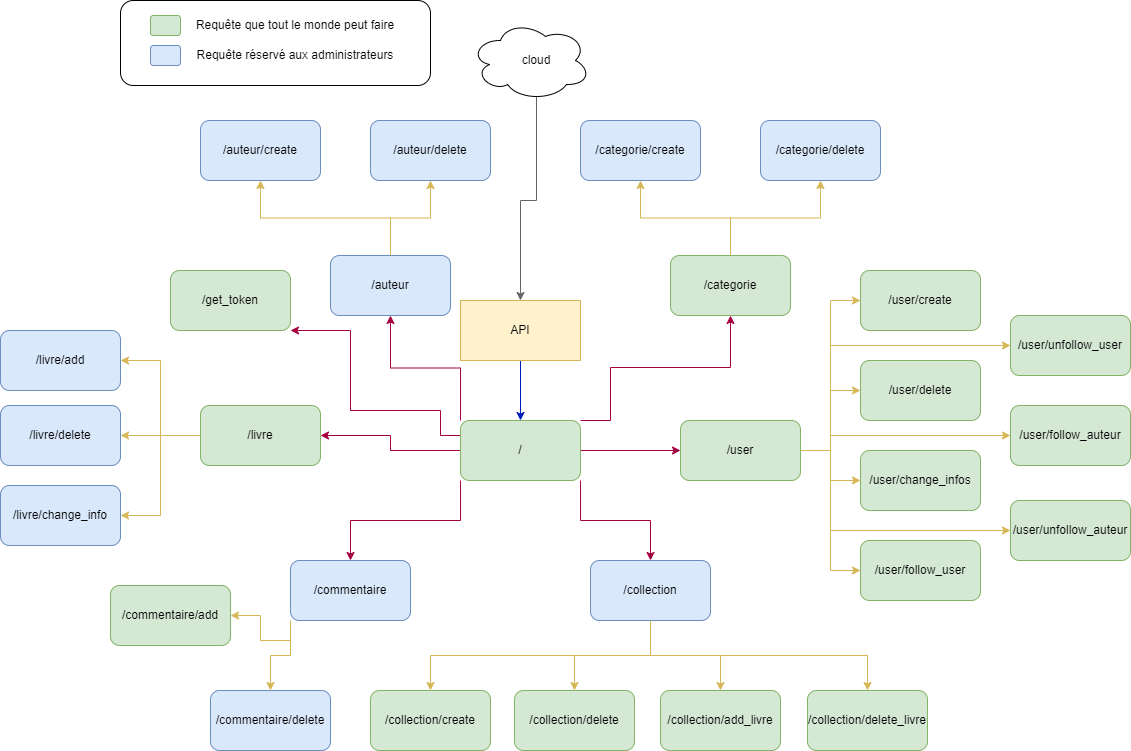
Before: Diagramme_API_Biblio.png, a diagram exported from draw.io (Yann-Fournier/API_Projet_Final_B2). Source tidied: cells renumbered, new cells last; positions are measured from the earlier drawing's top-left corner, leaving out a move shared by most shapes.
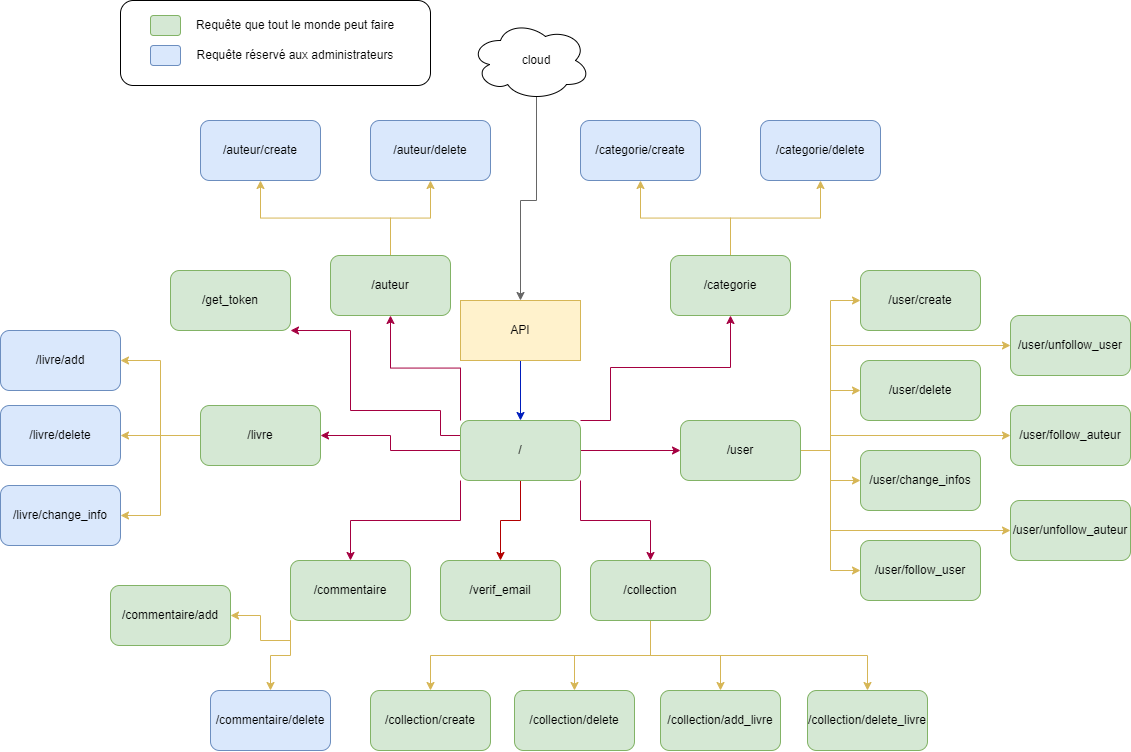
The same file after the commit.

Diff of the diagram source:
```diff
@@ -45,6 +45,9 @@
         </Array>
       </mxGeometry>
     </mxCell>
+    <mxCell id="96" style="edgeStyle=orthogonalEdgeStyle;rounded=0;jettySize=auto;html=1;exitX=0.5;exitY=1;exitDx=0;exitDy=0;entryX=0.5;entryY=0;entryDx=0;entryDy=0;fillColor=#e51400;strokeColor=#B20000;" parent="1" edge="1" source="12" target="97">
+      <mxGeometry relative="1" as="geometry" />
+    </mxCell>
     <mxCell id="12" style="rounded=1;whiteSpace=wrap;html=1;fillColor=#d5e8d4;strokeColor=#82b366;" parent="1" vertex="1">
       <mxGeometry x="460" y="420" width="120" height="60" as="geometry" />
     </mxCell>
@@ -165,7 +168,7 @@
     <mxCell id="46" style="edgeStyle=orthogonalEdgeStyle;rounded=0;jettySize=auto;html=1;exitX=0.5;exitY=0;exitDx=0;exitDy=0;entryX=0.5;entryY=1;entryDx=0;entryDy=0;fillColor=#fff2cc;gradientColor=#ffd966;strokeColor=#d6b656;" parent="1" edge="1" source="47" target="49">
       <mxGeometry relative="1" as="geometry" />
     </mxCell>
-    <mxCell id="47" style="rounded=1;whiteSpace=wrap;html=1;fillColor=#dae8fc;strokeColor=#6c8ebf;" parent="1" vertex="1">
+    <mxCell id="47" style="rounded=1;whiteSpace=wrap;html=1;fillColor=#d5e8d4;strokeColor=#82b366;" parent="1" vertex="1">
       <mxGeometry x="330" y="255" width="120" height="60" as="geometry" />
     </mxCell>
     <mxCell id="48" value="/auteur" style="text;html=1;align=center;verticalAlign=middle;whiteSpace=wrap;rounded=0;" parent="1" vertex="1">
@@ -195,7 +198,7 @@
     <mxCell id="56" style="edgeStyle=orthogonalEdgeStyle;rounded=0;jettySize=auto;html=1;exitX=0.5;exitY=1;exitDx=0;exitDy=0;entryX=0.5;entryY=0;entryDx=0;entryDy=0;fillColor=#fff2cc;gradientColor=#ffd966;strokeColor=#d6b656;" parent="1" edge="1" source="57" target="65">
       <mxGeometry relative="1" as="geometry" />
     </mxCell>
-    <mxCell id="57" style="rounded=1;whiteSpace=wrap;html=1;fillColor=#dae8fc;strokeColor=#6c8ebf;" parent="1" vertex="1">
+    <mxCell id="57" style="rounded=1;whiteSpace=wrap;html=1;fillColor=#d5e8d4;strokeColor=#82b366;" parent="1" vertex="1">
       <mxGeometry x="590" y="560" width="120" height="60" as="geometry" />
     </mxCell>
     <mxCell id="58" value="/collection" style="text;html=1;align=center;verticalAlign=middle;whiteSpace=wrap;rounded=0;" parent="1" vertex="1">
@@ -240,7 +243,7 @@
     <mxCell id="71" style="edgeStyle=orthogonalEdgeStyle;rounded=0;jettySize=auto;html=1;exitX=0;exitY=1;exitDx=0;exitDy=0;entryX=1;entryY=0.5;entryDx=0;entryDy=0;fillColor=#fff2cc;gradientColor=#ffd966;strokeColor=#d6b656;" parent="1" edge="1" source="72" target="76">
       <mxGeometry relative="1" as="geometry" />
     </mxCell>
-    <mxCell id="72" style="rounded=1;whiteSpace=wrap;html=1;fillColor=#dae8fc;strokeColor=#6c8ebf;" parent="1" vertex="1">
+    <mxCell id="72" style="rounded=1;whiteSpace=wrap;html=1;fillColor=#d5e8d4;strokeColor=#82b366;" parent="1" vertex="1">
       <mxGeometry x="290" y="560" width="120" height="60" as="geometry" />
     </mxCell>
     <mxCell id="73" value="/commentaire" style="text;html=1;align=center;verticalAlign=middle;whiteSpace=wrap;rounded=0;" parent="1" vertex="1">
@@ -312,5 +315,11 @@
     <mxCell id="95" value="/get_token" style="text;html=1;align=center;verticalAlign=middle;whiteSpace=wrap;rounded=0;" parent="1" vertex="1">
       <mxGeometry x="200" y="285" width="60" height="30" as="geometry" />
     </mxCell>
+    <mxCell id="97" style="rounded=1;whiteSpace=wrap;html=1;fillColor=#d5e8d4;strokeColor=#82b366;" parent="1" vertex="1">
+      <mxGeometry x="440" y="560" width="120" height="60" as="geometry" />
+    </mxCell>
+    <mxCell id="98" value="/verif_email" style="text;html=1;align=center;verticalAlign=middle;whiteSpace=wrap;rounded=0;" parent="1" vertex="1">
+      <mxGeometry x="470" y="575" width="60" height="30" as="geometry" />
+    </mxCell>
   </root>
 </mxGraphModel>
```
